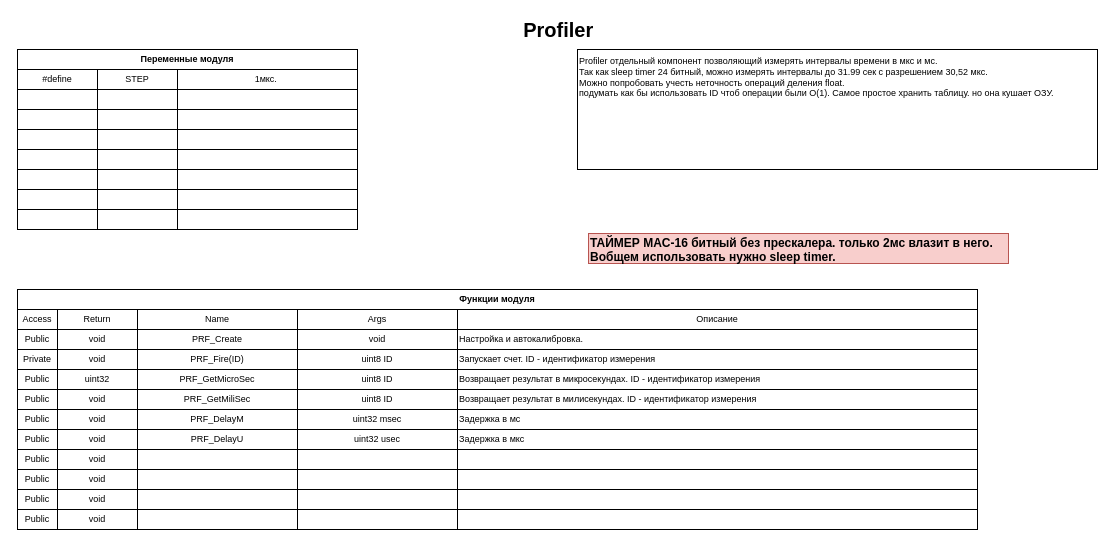
Earlier version of the draw.io diagram page "delays" (1 of 13) of documentation/programm modules/modulse struct.drawio (saurex83/WMNU). Source tidied: cells renumbered, new cells numbered last; positions are measured from the earlier drawing's top-left corner, leaving out a move shared by most shapes. Both pictures are drawn from the tidied source at 100%, with x=0, y=0 at pixel (17, 19).
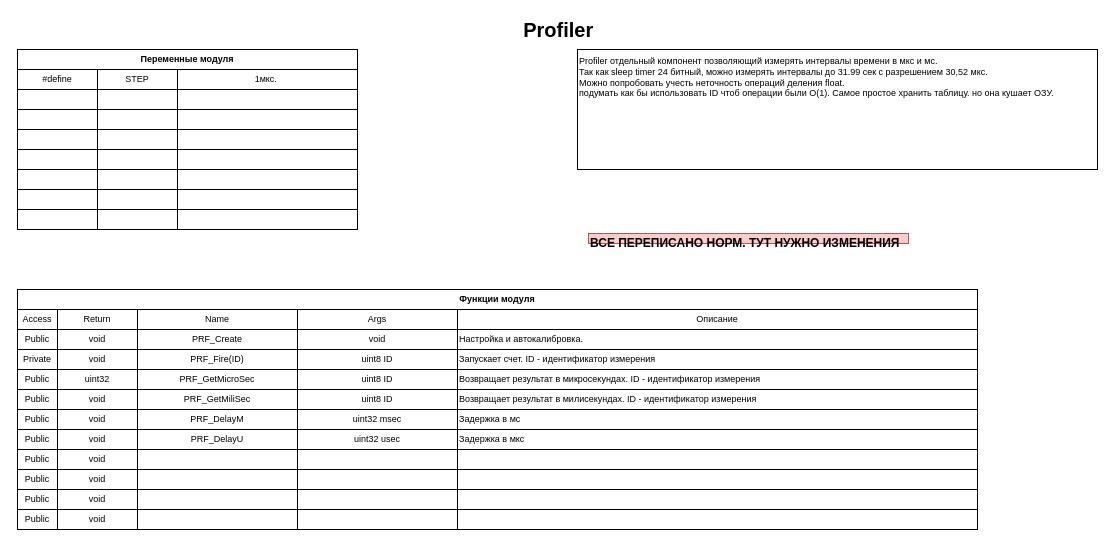
After the change.

Change to the diagram source:
```diff
@@
-    <mxCell id="106" value="&lt;b style=&quot;font-size: 12px&quot;&gt;ТАЙМЕР MAC-16 битный без прескалера. только 2мс влазит в него.&lt;br&gt;Вобщем использовать нужно sleep timer.&lt;/b&gt;" style="text;html=1;align=left;verticalAlign=top;spacingTop=-4;fontSize=9;fillColor=#f8cecc;strokeColor=#b85450;" parent="1" vertex="1">
-      <mxGeometry x="571" y="214" width="420" height="30" as="geometry" />
+    <mxCell id="106" value="&lt;b style=&quot;font-size: 12px&quot;&gt;ВСЕ ПЕРЕПИСАНО НОРМ. ТУТ НУЖНО ИЗМЕНЕНИЯ&lt;/b&gt;" style="text;html=1;align=left;verticalAlign=top;spacingTop=-4;fontSize=9;fillColor=#f8cecc;strokeColor=#b85450;" parent="1" vertex="1">
+      <mxGeometry x="571" y="214" width="320" height="10" as="geometry" />
     </mxCell>
```
